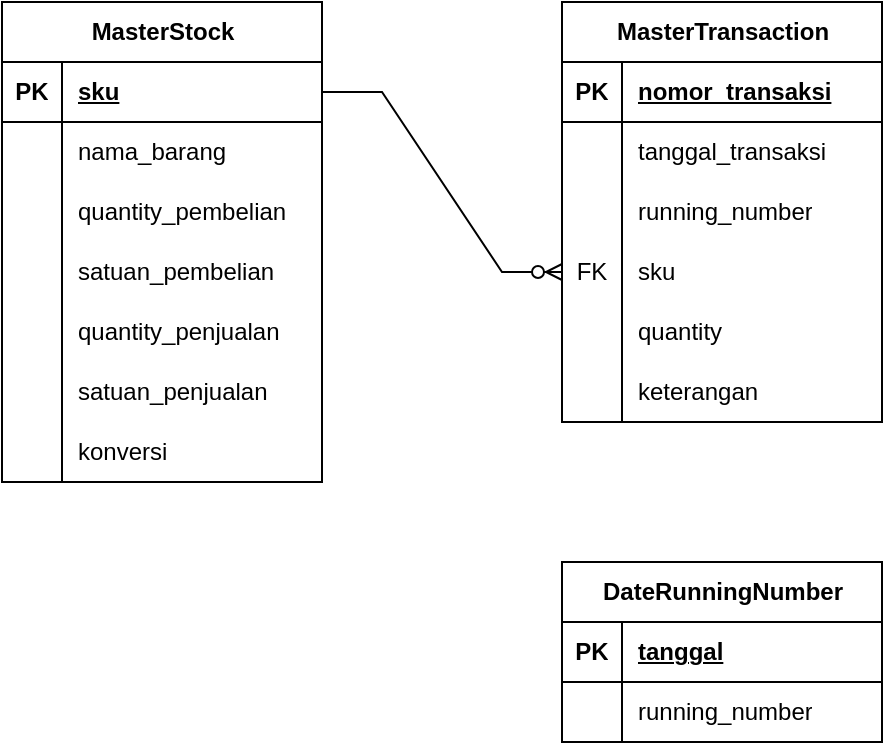
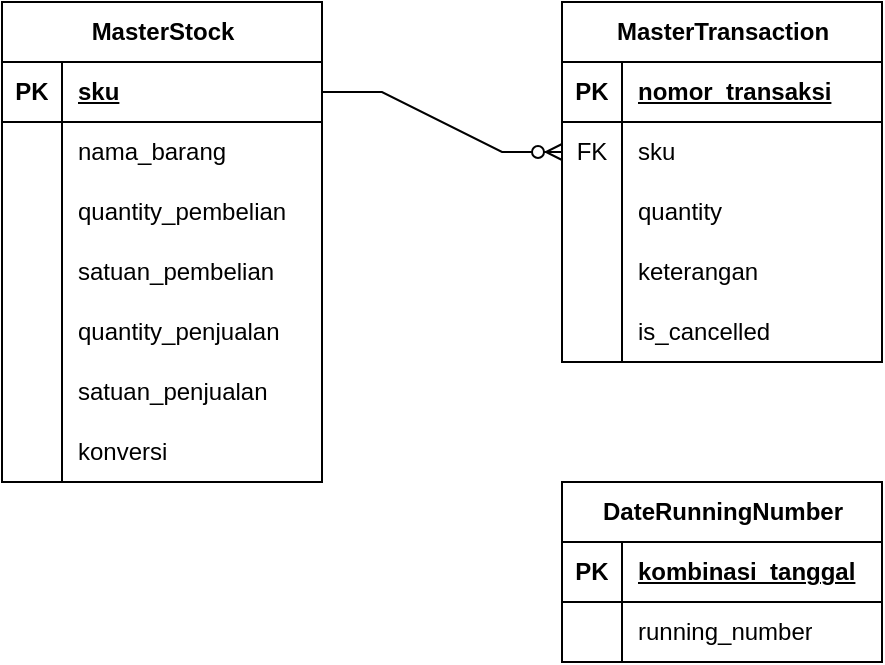
<mxfile host="app.diagrams.net">
  <diagram name="Page-1" id="Exo2hCAWs0HijMm78fOI">
-     <mxGraphModel dx="911" dy="586" grid="1" gridSize="10" guides="1" tooltips="1" connect="1" arrows="1" fold="1" page="1" pageScale="1" pageWidth="1169" pageHeight="827" math="0" shadow="0">
+     <mxGraphModel dx="774" dy="498" grid="1" gridSize="10" guides="1" tooltips="1" connect="1" arrows="1" fold="1" page="1" pageScale="1" pageWidth="1169" pageHeight="827" math="0" shadow="0">
      <root>
        <mxCell id="0" />
        <mxCell id="1" parent="0" />
        <mxCell id="e-sDX9QeN2vjB4oqejL0-1" parent="1" style="shape=table;startSize=30;container=1;collapsible=1;childLayout=tableLayout;fixedRows=1;rowLines=0;fontStyle=1;align=center;resizeLast=1;html=1;" value="MasterStock" vertex="1">
          <mxGeometry height="240" width="160" x="120" y="120" as="geometry" />
        </mxCell>
        <mxCell id="e-sDX9QeN2vjB4oqejL0-2" parent="e-sDX9QeN2vjB4oqejL0-1" style="shape=tableRow;horizontal=0;startSize=0;swimlaneHead=0;swimlaneBody=0;fillColor=none;collapsible=0;dropTarget=0;points=[[0,0.5],[1,0.5]];portConstraint=eastwest;top=0;left=0;right=0;bottom=1;" value="" vertex="1">
          <mxGeometry height="30" width="160" y="30" as="geometry" />
        </mxCell>
        <mxCell id="e-sDX9QeN2vjB4oqejL0-3" parent="e-sDX9QeN2vjB4oqejL0-2" style="shape=partialRectangle;connectable=0;fillColor=none;top=0;left=0;bottom=0;right=0;fontStyle=1;overflow=hidden;whiteSpace=wrap;html=1;" value="PK" vertex="1">
          <mxGeometry height="30" width="30" as="geometry">
            <mxRectangle height="30" width="30" as="alternateBounds" />
          </mxGeometry>
        </mxCell>
        <mxCell id="e-sDX9QeN2vjB4oqejL0-4" parent="e-sDX9QeN2vjB4oqejL0-2" style="shape=partialRectangle;connectable=0;fillColor=none;top=0;left=0;bottom=0;right=0;align=left;spacingLeft=6;fontStyle=5;overflow=hidden;whiteSpace=wrap;html=1;" value="sku" vertex="1">
          <mxGeometry height="30" width="130" x="30" as="geometry">
            <mxRectangle height="30" width="130" as="alternateBounds" />
          </mxGeometry>
        </mxCell>
        <mxCell id="e-sDX9QeN2vjB4oqejL0-5" parent="e-sDX9QeN2vjB4oqejL0-1" style="shape=tableRow;horizontal=0;startSize=0;swimlaneHead=0;swimlaneBody=0;fillColor=none;collapsible=0;dropTarget=0;points=[[0,0.5],[1,0.5]];portConstraint=eastwest;top=0;left=0;right=0;bottom=0;" value="" vertex="1">
          <mxGeometry height="30" width="160" y="60" as="geometry" />
        </mxCell>
        <mxCell id="e-sDX9QeN2vjB4oqejL0-6" parent="e-sDX9QeN2vjB4oqejL0-5" style="shape=partialRectangle;connectable=0;fillColor=none;top=0;left=0;bottom=0;right=0;editable=1;overflow=hidden;whiteSpace=wrap;html=1;" value="" vertex="1">
          <mxGeometry height="30" width="30" as="geometry">
            <mxRectangle height="30" width="30" as="alternateBounds" />
          </mxGeometry>
        </mxCell>
        <mxCell id="e-sDX9QeN2vjB4oqejL0-7" parent="e-sDX9QeN2vjB4oqejL0-5" style="shape=partialRectangle;connectable=0;fillColor=none;top=0;left=0;bottom=0;right=0;align=left;spacingLeft=6;overflow=hidden;whiteSpace=wrap;html=1;" value="nama_barang" vertex="1">
          <mxGeometry height="30" width="130" x="30" as="geometry">
            <mxRectangle height="30" width="130" as="alternateBounds" />
          </mxGeometry>
        </mxCell>
        <mxCell id="e-sDX9QeN2vjB4oqejL0-8" parent="e-sDX9QeN2vjB4oqejL0-1" style="shape=tableRow;horizontal=0;startSize=0;swimlaneHead=0;swimlaneBody=0;fillColor=none;collapsible=0;dropTarget=0;points=[[0,0.5],[1,0.5]];portConstraint=eastwest;top=0;left=0;right=0;bottom=0;" value="" vertex="1">
          <mxGeometry height="30" width="160" y="90" as="geometry" />
        </mxCell>
        <mxCell id="e-sDX9QeN2vjB4oqejL0-9" parent="e-sDX9QeN2vjB4oqejL0-8" style="shape=partialRectangle;connectable=0;fillColor=none;top=0;left=0;bottom=0;right=0;editable=1;overflow=hidden;whiteSpace=wrap;html=1;" value="" vertex="1">
          <mxGeometry height="30" width="30" as="geometry">
            <mxRectangle height="30" width="30" as="alternateBounds" />
          </mxGeometry>
        </mxCell>
        <mxCell id="e-sDX9QeN2vjB4oqejL0-10" parent="e-sDX9QeN2vjB4oqejL0-8" style="shape=partialRectangle;connectable=0;fillColor=none;top=0;left=0;bottom=0;right=0;align=left;spacingLeft=6;overflow=hidden;whiteSpace=wrap;html=1;" value="quantity_p&lt;span style=&quot;background-color: transparent; color: light-dark(rgb(0, 0, 0), rgb(255, 255, 255));&quot;&gt;embelian&lt;/span&gt;" vertex="1">
          <mxGeometry height="30" width="130" x="30" as="geometry">
            <mxRectangle height="30" width="130" as="alternateBounds" />
          </mxGeometry>
        </mxCell>
        <mxCell id="e-sDX9QeN2vjB4oqejL0-11" parent="e-sDX9QeN2vjB4oqejL0-1" style="shape=tableRow;horizontal=0;startSize=0;swimlaneHead=0;swimlaneBody=0;fillColor=none;collapsible=0;dropTarget=0;points=[[0,0.5],[1,0.5]];portConstraint=eastwest;top=0;left=0;right=0;bottom=0;" value="" vertex="1">
          <mxGeometry height="30" width="160" y="120" as="geometry" />
        </mxCell>
        <mxCell id="e-sDX9QeN2vjB4oqejL0-12" parent="e-sDX9QeN2vjB4oqejL0-11" style="shape=partialRectangle;connectable=0;fillColor=none;top=0;left=0;bottom=0;right=0;editable=1;overflow=hidden;whiteSpace=wrap;html=1;" value="" vertex="1">
          <mxGeometry height="30" width="30" as="geometry">
            <mxRectangle height="30" width="30" as="alternateBounds" />
          </mxGeometry>
        </mxCell>
        <mxCell id="e-sDX9QeN2vjB4oqejL0-13" parent="e-sDX9QeN2vjB4oqejL0-11" style="shape=partialRectangle;connectable=0;fillColor=none;top=0;left=0;bottom=0;right=0;align=left;spacingLeft=6;overflow=hidden;whiteSpace=wrap;html=1;" value="satuan_pembelian" vertex="1">
          <mxGeometry height="30" width="130" x="30" as="geometry">
            <mxRectangle height="30" width="130" as="alternateBounds" />
          </mxGeometry>
        </mxCell>
        <mxCell id="e-sDX9QeN2vjB4oqejL0-31" parent="e-sDX9QeN2vjB4oqejL0-1" style="shape=tableRow;horizontal=0;startSize=0;swimlaneHead=0;swimlaneBody=0;fillColor=none;collapsible=0;dropTarget=0;points=[[0,0.5],[1,0.5]];portConstraint=eastwest;top=0;left=0;right=0;bottom=0;" value="" vertex="1">
          <mxGeometry height="30" width="160" y="150" as="geometry" />
        </mxCell>
        <mxCell id="e-sDX9QeN2vjB4oqejL0-32" parent="e-sDX9QeN2vjB4oqejL0-31" style="shape=partialRectangle;connectable=0;fillColor=none;top=0;left=0;bottom=0;right=0;editable=1;overflow=hidden;whiteSpace=wrap;html=1;" value="" vertex="1">
          <mxGeometry height="30" width="30" as="geometry">
            <mxRectangle height="30" width="30" as="alternateBounds" />
          </mxGeometry>
        </mxCell>
        <mxCell id="e-sDX9QeN2vjB4oqejL0-33" parent="e-sDX9QeN2vjB4oqejL0-31" style="shape=partialRectangle;connectable=0;fillColor=none;top=0;left=0;bottom=0;right=0;align=left;spacingLeft=6;overflow=hidden;whiteSpace=wrap;html=1;" value="quantity_penjualan" vertex="1">
          <mxGeometry height="30" width="130" x="30" as="geometry">
            <mxRectangle height="30" width="130" as="alternateBounds" />
          </mxGeometry>
        </mxCell>
        <mxCell id="e-sDX9QeN2vjB4oqejL0-34" parent="e-sDX9QeN2vjB4oqejL0-1" style="shape=tableRow;horizontal=0;startSize=0;swimlaneHead=0;swimlaneBody=0;fillColor=none;collapsible=0;dropTarget=0;points=[[0,0.5],[1,0.5]];portConstraint=eastwest;top=0;left=0;right=0;bottom=0;" value="" vertex="1">
          <mxGeometry height="30" width="160" y="180" as="geometry" />
        </mxCell>
        <mxCell id="e-sDX9QeN2vjB4oqejL0-35" parent="e-sDX9QeN2vjB4oqejL0-34" style="shape=partialRectangle;connectable=0;fillColor=none;top=0;left=0;bottom=0;right=0;editable=1;overflow=hidden;whiteSpace=wrap;html=1;" value="" vertex="1">
          <mxGeometry height="30" width="30" as="geometry">
            <mxRectangle height="30" width="30" as="alternateBounds" />
          </mxGeometry>
        </mxCell>
        <mxCell id="e-sDX9QeN2vjB4oqejL0-36" parent="e-sDX9QeN2vjB4oqejL0-34" style="shape=partialRectangle;connectable=0;fillColor=none;top=0;left=0;bottom=0;right=0;align=left;spacingLeft=6;overflow=hidden;whiteSpace=wrap;html=1;" value="satuan_penjualan" vertex="1">
          <mxGeometry height="30" width="130" x="30" as="geometry">
            <mxRectangle height="30" width="130" as="alternateBounds" />
          </mxGeometry>
        </mxCell>
        <mxCell id="e-sDX9QeN2vjB4oqejL0-37" parent="e-sDX9QeN2vjB4oqejL0-1" style="shape=tableRow;horizontal=0;startSize=0;swimlaneHead=0;swimlaneBody=0;fillColor=none;collapsible=0;dropTarget=0;points=[[0,0.5],[1,0.5]];portConstraint=eastwest;top=0;left=0;right=0;bottom=0;" value="" vertex="1">
          <mxGeometry height="30" width="160" y="210" as="geometry" />
        </mxCell>
        <mxCell id="e-sDX9QeN2vjB4oqejL0-38" parent="e-sDX9QeN2vjB4oqejL0-37" style="shape=partialRectangle;connectable=0;fillColor=none;top=0;left=0;bottom=0;right=0;editable=1;overflow=hidden;whiteSpace=wrap;html=1;" value="" vertex="1">
          <mxGeometry height="30" width="30" as="geometry">
            <mxRectangle height="30" width="30" as="alternateBounds" />
          </mxGeometry>
        </mxCell>
        <mxCell id="e-sDX9QeN2vjB4oqejL0-39" parent="e-sDX9QeN2vjB4oqejL0-37" style="shape=partialRectangle;connectable=0;fillColor=none;top=0;left=0;bottom=0;right=0;align=left;spacingLeft=6;overflow=hidden;whiteSpace=wrap;html=1;" value="konversi" vertex="1">
          <mxGeometry height="30" width="130" x="30" as="geometry">
            <mxRectangle height="30" width="130" as="alternateBounds" />
          </mxGeometry>
        </mxCell>
        <mxCell id="e-sDX9QeN2vjB4oqejL0-14" parent="1" style="shape=table;startSize=30;container=1;collapsible=1;childLayout=tableLayout;fixedRows=1;rowLines=0;fontStyle=1;align=center;resizeLast=1;html=1;" value="MasterTransaction" vertex="1">
-           <mxGeometry height="210" width="160" x="400" y="120" as="geometry" />
+           <mxGeometry height="180" width="160" x="400" y="120" as="geometry" />
        </mxCell>
        <mxCell id="e-sDX9QeN2vjB4oqejL0-15" parent="e-sDX9QeN2vjB4oqejL0-14" style="shape=tableRow;horizontal=0;startSize=0;swimlaneHead=0;swimlaneBody=0;fillColor=none;collapsible=0;dropTarget=0;points=[[0,0.5],[1,0.5]];portConstraint=eastwest;top=0;left=0;right=0;bottom=1;" value="" vertex="1">
          <mxGeometry height="30" width="160" y="30" as="geometry" />
        </mxCell>
        <mxCell id="e-sDX9QeN2vjB4oqejL0-16" parent="e-sDX9QeN2vjB4oqejL0-15" style="shape=partialRectangle;connectable=0;fillColor=none;top=0;left=0;bottom=0;right=0;fontStyle=1;overflow=hidden;whiteSpace=wrap;html=1;" value="PK" vertex="1">
          <mxGeometry height="30" width="30" as="geometry">
            <mxRectangle height="30" width="30" as="alternateBounds" />
          </mxGeometry>
        </mxCell>
        <mxCell id="e-sDX9QeN2vjB4oqejL0-17" parent="e-sDX9QeN2vjB4oqejL0-15" style="shape=partialRectangle;connectable=0;fillColor=none;top=0;left=0;bottom=0;right=0;align=left;spacingLeft=6;fontStyle=5;overflow=hidden;whiteSpace=wrap;html=1;" value="nomor_transaksi" vertex="1">
          <mxGeometry height="30" width="130" x="30" as="geometry">
            <mxRectangle height="30" width="130" as="alternateBounds" />
          </mxGeometry>
        </mxCell>
-         <mxCell id="e-sDX9QeN2vjB4oqejL0-18" parent="e-sDX9QeN2vjB4oqejL0-14" style="shape=tableRow;horizontal=0;startSize=0;swimlaneHead=0;swimlaneBody=0;fillColor=none;collapsible=0;dropTarget=0;points=[[0,0.5],[1,0.5]];portConstraint=eastwest;top=0;left=0;right=0;bottom=0;" value="" vertex="1">
+         <mxCell id="e-sDX9QeN2vjB4oqejL0-69" parent="e-sDX9QeN2vjB4oqejL0-14" style="shape=tableRow;horizontal=0;startSize=0;swimlaneHead=0;swimlaneBody=0;fillColor=none;collapsible=0;dropTarget=0;points=[[0,0.5],[1,0.5]];portConstraint=eastwest;top=0;left=0;right=0;bottom=0;" value="" vertex="1">
          <mxGeometry height="30" width="160" y="60" as="geometry" />
        </mxCell>
-         <mxCell id="e-sDX9QeN2vjB4oqejL0-19" parent="e-sDX9QeN2vjB4oqejL0-18" style="shape=partialRectangle;connectable=0;fillColor=none;top=0;left=0;bottom=0;right=0;editable=1;overflow=hidden;whiteSpace=wrap;html=1;" value="" vertex="1">
-           <mxGeometry height="30" width="30" as="geometry">
-             <mxRectangle height="30" width="30" as="alternateBounds" />
-           </mxGeometry>
-         </mxCell>
-         <mxCell id="e-sDX9QeN2vjB4oqejL0-20" parent="e-sDX9QeN2vjB4oqejL0-18" style="shape=partialRectangle;connectable=0;fillColor=none;top=0;left=0;bottom=0;right=0;align=left;spacingLeft=6;overflow=hidden;whiteSpace=wrap;html=1;" value="tanggal_transaksi" vertex="1">
-           <mxGeometry height="30" width="130" x="30" as="geometry">
-             <mxRectangle height="30" width="130" as="alternateBounds" />
-           </mxGeometry>
-         </mxCell>
-         <mxCell id="e-sDX9QeN2vjB4oqejL0-21" parent="e-sDX9QeN2vjB4oqejL0-14" style="shape=tableRow;horizontal=0;startSize=0;swimlaneHead=0;swimlaneBody=0;fillColor=none;collapsible=0;dropTarget=0;points=[[0,0.5],[1,0.5]];portConstraint=eastwest;top=0;left=0;right=0;bottom=0;" value="" vertex="1">
+         <mxCell id="e-sDX9QeN2vjB4oqejL0-70" parent="e-sDX9QeN2vjB4oqejL0-69" style="shape=partialRectangle;connectable=0;fillColor=none;top=0;left=0;bottom=0;right=0;fontStyle=0;overflow=hidden;whiteSpace=wrap;html=1;" value="FK" vertex="1">
+           <mxGeometry height="30" width="30" as="geometry">
+             <mxRectangle height="30" width="30" as="alternateBounds" />
+           </mxGeometry>
+         </mxCell>
+         <mxCell id="e-sDX9QeN2vjB4oqejL0-71" parent="e-sDX9QeN2vjB4oqejL0-69" style="shape=partialRectangle;connectable=0;fillColor=none;top=0;left=0;bottom=0;right=0;align=left;spacingLeft=6;fontStyle=0;overflow=hidden;whiteSpace=wrap;html=1;" value="sku" vertex="1">
+           <mxGeometry height="30" width="130" x="30" as="geometry">
+             <mxRectangle height="30" width="130" as="alternateBounds" />
+           </mxGeometry>
+         </mxCell>
+         <mxCell id="e-sDX9QeN2vjB4oqejL0-24" parent="e-sDX9QeN2vjB4oqejL0-14" style="shape=tableRow;horizontal=0;startSize=0;swimlaneHead=0;swimlaneBody=0;fillColor=none;collapsible=0;dropTarget=0;points=[[0,0.5],[1,0.5]];portConstraint=eastwest;top=0;left=0;right=0;bottom=0;" value="" vertex="1">
          <mxGeometry height="30" width="160" y="90" as="geometry" />
        </mxCell>
-         <mxCell id="e-sDX9QeN2vjB4oqejL0-22" parent="e-sDX9QeN2vjB4oqejL0-21" style="shape=partialRectangle;connectable=0;fillColor=none;top=0;left=0;bottom=0;right=0;editable=1;overflow=hidden;whiteSpace=wrap;html=1;" value="" vertex="1">
-           <mxGeometry height="30" width="30" as="geometry">
-             <mxRectangle height="30" width="30" as="alternateBounds" />
-           </mxGeometry>
-         </mxCell>
-         <mxCell id="e-sDX9QeN2vjB4oqejL0-23" parent="e-sDX9QeN2vjB4oqejL0-21" style="shape=partialRectangle;connectable=0;fillColor=none;top=0;left=0;bottom=0;right=0;align=left;spacingLeft=6;overflow=hidden;whiteSpace=wrap;html=1;" value="running_number" vertex="1">
-           <mxGeometry height="30" width="130" x="30" as="geometry">
-             <mxRectangle height="30" width="130" as="alternateBounds" />
-           </mxGeometry>
-         </mxCell>
-         <mxCell id="e-sDX9QeN2vjB4oqejL0-69" parent="e-sDX9QeN2vjB4oqejL0-14" style="shape=tableRow;horizontal=0;startSize=0;swimlaneHead=0;swimlaneBody=0;fillColor=none;collapsible=0;dropTarget=0;points=[[0,0.5],[1,0.5]];portConstraint=eastwest;top=0;left=0;right=0;bottom=0;" value="" vertex="1">
+         <mxCell id="e-sDX9QeN2vjB4oqejL0-25" parent="e-sDX9QeN2vjB4oqejL0-24" style="shape=partialRectangle;connectable=0;fillColor=none;top=0;left=0;bottom=0;right=0;editable=1;overflow=hidden;whiteSpace=wrap;html=1;" value="" vertex="1">
+           <mxGeometry height="30" width="30" as="geometry">
+             <mxRectangle height="30" width="30" as="alternateBounds" />
+           </mxGeometry>
+         </mxCell>
+         <mxCell id="e-sDX9QeN2vjB4oqejL0-26" parent="e-sDX9QeN2vjB4oqejL0-24" style="shape=partialRectangle;connectable=0;fillColor=none;top=0;left=0;bottom=0;right=0;align=left;spacingLeft=6;overflow=hidden;whiteSpace=wrap;html=1;" value="quantity" vertex="1">
+           <mxGeometry height="30" width="130" x="30" as="geometry">
+             <mxRectangle height="30" width="130" as="alternateBounds" />
+           </mxGeometry>
+         </mxCell>
+         <mxCell id="e-sDX9QeN2vjB4oqejL0-59" parent="e-sDX9QeN2vjB4oqejL0-14" style="shape=tableRow;horizontal=0;startSize=0;swimlaneHead=0;swimlaneBody=0;fillColor=none;collapsible=0;dropTarget=0;points=[[0,0.5],[1,0.5]];portConstraint=eastwest;top=0;left=0;right=0;bottom=0;" value="" vertex="1">
          <mxGeometry height="30" width="160" y="120" as="geometry" />
        </mxCell>
-         <mxCell id="e-sDX9QeN2vjB4oqejL0-70" parent="e-sDX9QeN2vjB4oqejL0-69" style="shape=partialRectangle;connectable=0;fillColor=none;top=0;left=0;bottom=0;right=0;fontStyle=0;overflow=hidden;whiteSpace=wrap;html=1;" value="FK" vertex="1">
-           <mxGeometry height="30" width="30" as="geometry">
-             <mxRectangle height="30" width="30" as="alternateBounds" />
-           </mxGeometry>
-         </mxCell>
-         <mxCell id="e-sDX9QeN2vjB4oqejL0-71" parent="e-sDX9QeN2vjB4oqejL0-69" style="shape=partialRectangle;connectable=0;fillColor=none;top=0;left=0;bottom=0;right=0;align=left;spacingLeft=6;fontStyle=0;overflow=hidden;whiteSpace=wrap;html=1;" value="sku" vertex="1">
-           <mxGeometry height="30" width="130" x="30" as="geometry">
-             <mxRectangle height="30" width="130" as="alternateBounds" />
-           </mxGeometry>
-         </mxCell>
-         <mxCell id="e-sDX9QeN2vjB4oqejL0-24" parent="e-sDX9QeN2vjB4oqejL0-14" style="shape=tableRow;horizontal=0;startSize=0;swimlaneHead=0;swimlaneBody=0;fillColor=none;collapsible=0;dropTarget=0;points=[[0,0.5],[1,0.5]];portConstraint=eastwest;top=0;left=0;right=0;bottom=0;" value="" vertex="1">
+         <mxCell id="e-sDX9QeN2vjB4oqejL0-60" parent="e-sDX9QeN2vjB4oqejL0-59" style="shape=partialRectangle;connectable=0;fillColor=none;top=0;left=0;bottom=0;right=0;editable=1;overflow=hidden;whiteSpace=wrap;html=1;" value="" vertex="1">
+           <mxGeometry height="30" width="30" as="geometry">
+             <mxRectangle height="30" width="30" as="alternateBounds" />
+           </mxGeometry>
+         </mxCell>
+         <mxCell id="e-sDX9QeN2vjB4oqejL0-61" parent="e-sDX9QeN2vjB4oqejL0-59" style="shape=partialRectangle;connectable=0;fillColor=none;top=0;left=0;bottom=0;right=0;align=left;spacingLeft=6;overflow=hidden;whiteSpace=wrap;html=1;" value="keterangan" vertex="1">
+           <mxGeometry height="30" width="130" x="30" as="geometry">
+             <mxRectangle height="30" width="130" as="alternateBounds" />
+           </mxGeometry>
+         </mxCell>
+         <mxCell id="cC358n1GoIPpQA1akijr-1" parent="e-sDX9QeN2vjB4oqejL0-14" style="shape=tableRow;horizontal=0;startSize=0;swimlaneHead=0;swimlaneBody=0;fillColor=none;collapsible=0;dropTarget=0;points=[[0,0.5],[1,0.5]];portConstraint=eastwest;top=0;left=0;right=0;bottom=0;" value="" vertex="1">
          <mxGeometry height="30" width="160" y="150" as="geometry" />
        </mxCell>
-         <mxCell id="e-sDX9QeN2vjB4oqejL0-25" parent="e-sDX9QeN2vjB4oqejL0-24" style="shape=partialRectangle;connectable=0;fillColor=none;top=0;left=0;bottom=0;right=0;editable=1;overflow=hidden;whiteSpace=wrap;html=1;" value="" vertex="1">
-           <mxGeometry height="30" width="30" as="geometry">
-             <mxRectangle height="30" width="30" as="alternateBounds" />
-           </mxGeometry>
-         </mxCell>
-         <mxCell id="e-sDX9QeN2vjB4oqejL0-26" parent="e-sDX9QeN2vjB4oqejL0-24" style="shape=partialRectangle;connectable=0;fillColor=none;top=0;left=0;bottom=0;right=0;align=left;spacingLeft=6;overflow=hidden;whiteSpace=wrap;html=1;" value="quantity" vertex="1">
-           <mxGeometry height="30" width="130" x="30" as="geometry">
-             <mxRectangle height="30" width="130" as="alternateBounds" />
-           </mxGeometry>
-         </mxCell>
-         <mxCell id="e-sDX9QeN2vjB4oqejL0-59" parent="e-sDX9QeN2vjB4oqejL0-14" style="shape=tableRow;horizontal=0;startSize=0;swimlaneHead=0;swimlaneBody=0;fillColor=none;collapsible=0;dropTarget=0;points=[[0,0.5],[1,0.5]];portConstraint=eastwest;top=0;left=0;right=0;bottom=0;" value="" vertex="1">
-           <mxGeometry height="30" width="160" y="180" as="geometry" />
-         </mxCell>
-         <mxCell id="e-sDX9QeN2vjB4oqejL0-60" parent="e-sDX9QeN2vjB4oqejL0-59" style="shape=partialRectangle;connectable=0;fillColor=none;top=0;left=0;bottom=0;right=0;editable=1;overflow=hidden;whiteSpace=wrap;html=1;" value="" vertex="1">
-           <mxGeometry height="30" width="30" as="geometry">
-             <mxRectangle height="30" width="30" as="alternateBounds" />
-           </mxGeometry>
-         </mxCell>
-         <mxCell id="e-sDX9QeN2vjB4oqejL0-61" parent="e-sDX9QeN2vjB4oqejL0-59" style="shape=partialRectangle;connectable=0;fillColor=none;top=0;left=0;bottom=0;right=0;align=left;spacingLeft=6;overflow=hidden;whiteSpace=wrap;html=1;" value="keterangan" vertex="1">
+         <mxCell id="cC358n1GoIPpQA1akijr-2" parent="cC358n1GoIPpQA1akijr-1" style="shape=partialRectangle;connectable=0;fillColor=none;top=0;left=0;bottom=0;right=0;editable=1;overflow=hidden;whiteSpace=wrap;html=1;" value="" vertex="1">
+           <mxGeometry height="30" width="30" as="geometry">
+             <mxRectangle height="30" width="30" as="alternateBounds" />
+           </mxGeometry>
+         </mxCell>
+         <mxCell id="cC358n1GoIPpQA1akijr-3" parent="cC358n1GoIPpQA1akijr-1" style="shape=partialRectangle;connectable=0;fillColor=none;top=0;left=0;bottom=0;right=0;align=left;spacingLeft=6;overflow=hidden;whiteSpace=wrap;html=1;" value="is_cancelled" vertex="1">
          <mxGeometry height="30" width="130" x="30" as="geometry">
            <mxRectangle height="30" width="130" as="alternateBounds" />
          </mxGeometry>
        </mxCell>
        <mxCell id="e-sDX9QeN2vjB4oqejL0-73" parent="1" style="shape=table;startSize=30;container=1;collapsible=1;childLayout=tableLayout;fixedRows=1;rowLines=0;fontStyle=1;align=center;resizeLast=1;html=1;" value="DateRunningNumber" vertex="1">
-           <mxGeometry height="90" width="160" x="400" y="400" as="geometry" />
+           <mxGeometry height="90" width="160" x="400" y="360" as="geometry" />
        </mxCell>
        <mxCell id="e-sDX9QeN2vjB4oqejL0-74" parent="e-sDX9QeN2vjB4oqejL0-73" style="shape=tableRow;horizontal=0;startSize=0;swimlaneHead=0;swimlaneBody=0;fillColor=none;collapsible=0;dropTarget=0;points=[[0,0.5],[1,0.5]];portConstraint=eastwest;top=0;left=0;right=0;bottom=1;" value="" vertex="1">
          <mxGeometry height="30" width="160" y="30" as="geometry" />
        </mxCell>
        <mxCell id="e-sDX9QeN2vjB4oqejL0-75" parent="e-sDX9QeN2vjB4oqejL0-74" style="shape=partialRectangle;connectable=0;fillColor=none;top=0;left=0;bottom=0;right=0;fontStyle=1;overflow=hidden;whiteSpace=wrap;html=1;" value="PK" vertex="1">
          <mxGeometry height="30" width="30" as="geometry">
            <mxRectangle height="30" width="30" as="alternateBounds" />
          </mxGeometry>
        </mxCell>
-         <mxCell id="e-sDX9QeN2vjB4oqejL0-76" parent="e-sDX9QeN2vjB4oqejL0-74" style="shape=partialRectangle;connectable=0;fillColor=none;top=0;left=0;bottom=0;right=0;align=left;spacingLeft=6;fontStyle=5;overflow=hidden;whiteSpace=wrap;html=1;" value="tanggal" vertex="1">
+         <mxCell id="e-sDX9QeN2vjB4oqejL0-76" parent="e-sDX9QeN2vjB4oqejL0-74" style="shape=partialRectangle;connectable=0;fillColor=none;top=0;left=0;bottom=0;right=0;align=left;spacingLeft=6;fontStyle=5;overflow=hidden;whiteSpace=wrap;html=1;" value="kombinasi_tanggal" vertex="1">
          <mxGeometry height="30" width="130" x="30" as="geometry">
            <mxRectangle height="30" width="130" as="alternateBounds" />
          </mxGeometry>
        </mxCell>
        <mxCell id="e-sDX9QeN2vjB4oqejL0-77" parent="e-sDX9QeN2vjB4oqejL0-73" style="shape=tableRow;horizontal=0;startSize=0;swimlaneHead=0;swimlaneBody=0;fillColor=none;collapsible=0;dropTarget=0;points=[[0,0.5],[1,0.5]];portConstraint=eastwest;top=0;left=0;right=0;bottom=0;" value="" vertex="1">
          <mxGeometry height="30" width="160" y="60" as="geometry" />
        </mxCell>
        <mxCell id="e-sDX9QeN2vjB4oqejL0-78" parent="e-sDX9QeN2vjB4oqejL0-77" style="shape=partialRectangle;connectable=0;fillColor=none;top=0;left=0;bottom=0;right=0;editable=1;overflow=hidden;whiteSpace=wrap;html=1;" value="" vertex="1">
          <mxGeometry height="30" width="30" as="geometry">
            <mxRectangle height="30" width="30" as="alternateBounds" />
          </mxGeometry>
        </mxCell>
        <mxCell id="e-sDX9QeN2vjB4oqejL0-79" parent="e-sDX9QeN2vjB4oqejL0-77" style="shape=partialRectangle;connectable=0;fillColor=none;top=0;left=0;bottom=0;right=0;align=left;spacingLeft=6;overflow=hidden;whiteSpace=wrap;html=1;" value="running_number" vertex="1">
          <mxGeometry height="30" width="130" x="30" as="geometry">
            <mxRectangle height="30" width="130" as="alternateBounds" />
          </mxGeometry>
        </mxCell>
        <mxCell id="e-sDX9QeN2vjB4oqejL0-86" edge="1" parent="1" source="e-sDX9QeN2vjB4oqejL0-2" style="edgeStyle=entityRelationEdgeStyle;fontSize=12;html=1;endArrow=ERzeroToMany;endFill=1;rounded=0;exitX=1;exitY=0.5;exitDx=0;exitDy=0;entryX=0;entryY=0.5;entryDx=0;entryDy=0;" target="e-sDX9QeN2vjB4oqejL0-69" value="">
          <mxGeometry height="100" relative="1" width="100" as="geometry">
            <mxPoint x="450" y="290" as="sourcePoint" />
            <mxPoint x="550" y="190" as="targetPoint" />
          </mxGeometry>
        </mxCell>
      </root>
    </mxGraphModel>
  </diagram>
</mxfile>
